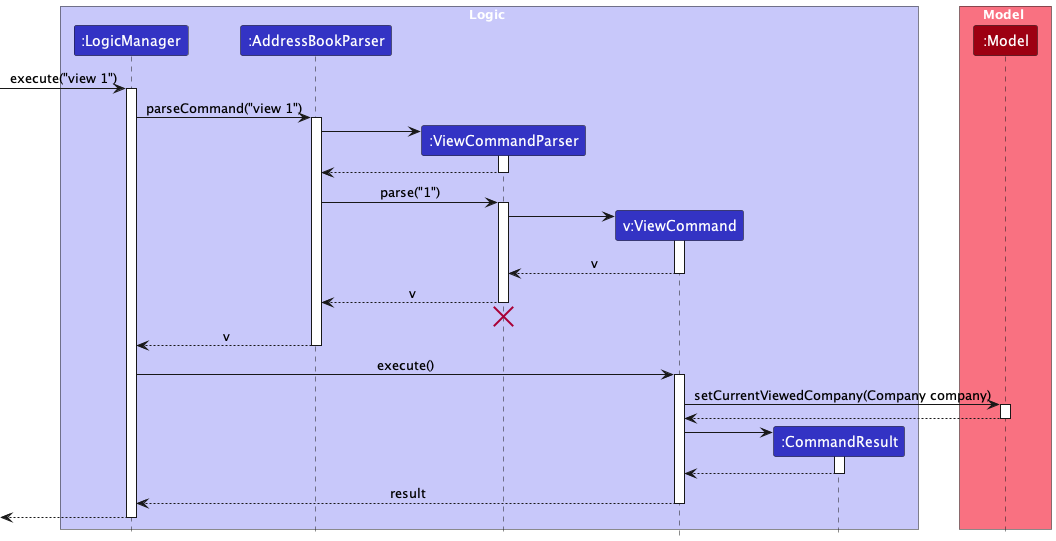
Above: docs/images/ViewSequenceDiagram.png in tayruxin/tp (PlantUML), before the change.
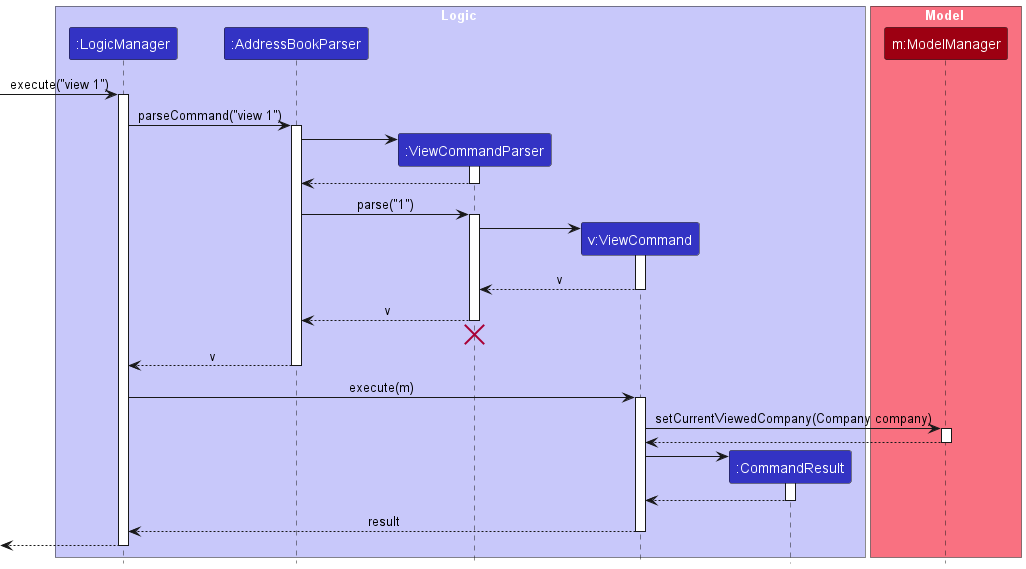
The same file after the commit.

Commit message:
Fix dg diagram bugs

What changed in the source:
```diff
@@ -13,7 +13,7 @@
 end box
 
 box Model MODEL_COLOR_T1
-participant ":Model" as Model MODEL_COLOR
+participant "m:ModelManager" as Model MODEL_COLOR
 end box
 
 [-> LogicManager : execute("view 1")
@@ -47,7 +47,7 @@
 AddressBookParser --> LogicManager : v
 deactivate AddressBookParser
 
-LogicManager -> ViewCommand : execute()
+LogicManager -> ViewCommand : execute(m)
 activate ViewCommand
 
 ViewCommand -> Model : setCurrentViewedCompany(Company company)
```
